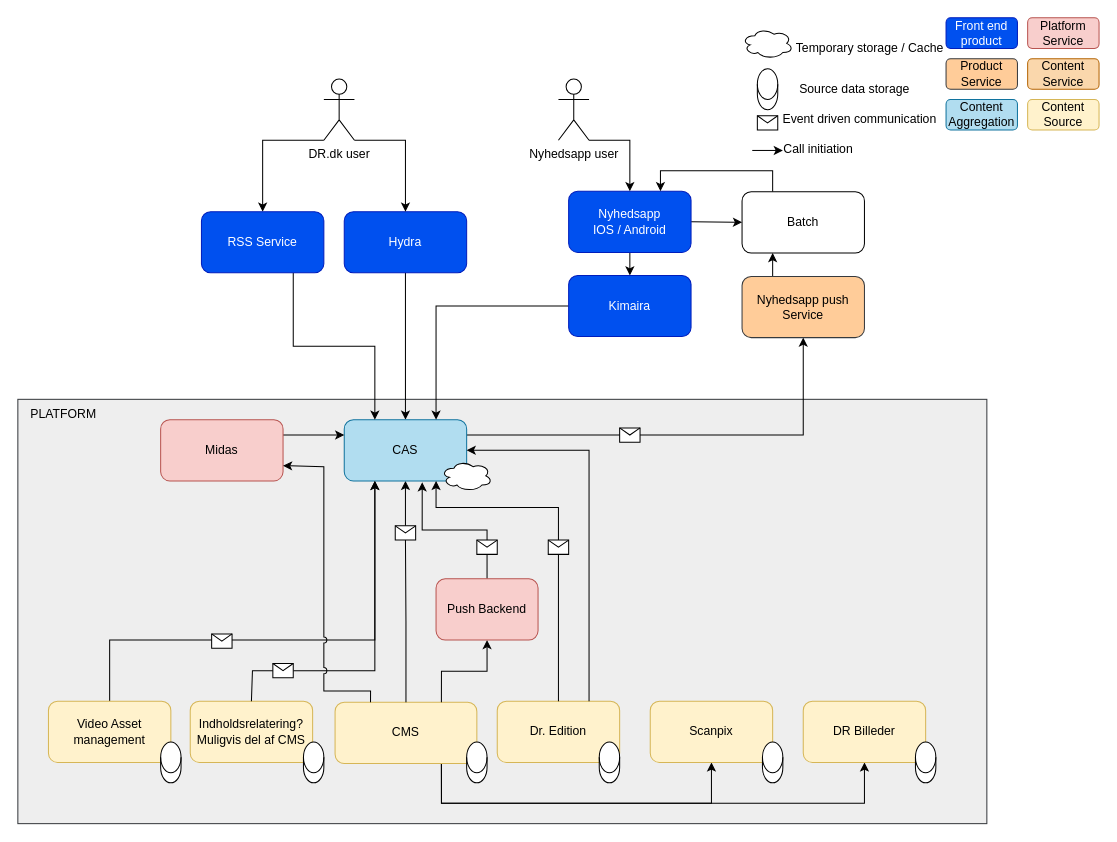
Earlier version of the draw.io diagram page "To Be udgivelseskæden" (5 of 5) of draw-io/målarkitektur.drawio (drdkjtop/arkitektur). Source tidied: cells renumbered, new cells numbered last; positions are measured from the earlier drawing's top-left corner, leaving out a move shared by most shapes. Both pictures are drawn from the tidied source at 102%, with x=0, y=0 at pixel (17, 17).
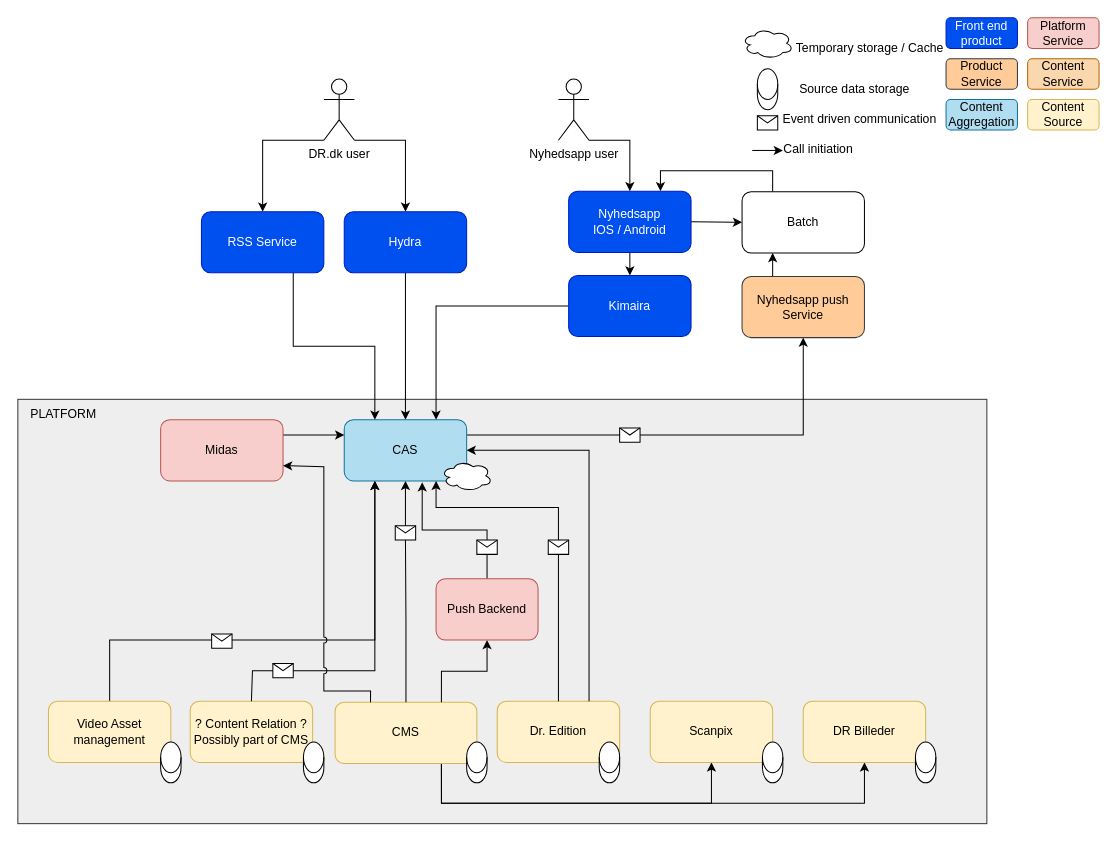
The same diagram, later.

Change to the diagram source:
```diff
@@
-    <mxCell id="20" value="Indholdsrelatering?&lt;br&gt;Muligvis del af CMS" style="rounded=1;whiteSpace=wrap;html=1;fillColor=#fff2cc;strokeColor=#d6b656;" parent="1" vertex="1">
+    <mxCell id="20" value="? Content Relation ?&lt;br&gt;Possibly part of CMS" style="rounded=1;whiteSpace=wrap;html=1;fillColor=#fff2cc;strokeColor=#d6b656;" parent="1" vertex="1">
       <mxGeometry x="169" y="670" width="120" height="60" as="geometry" />
     </mxCell>
```
